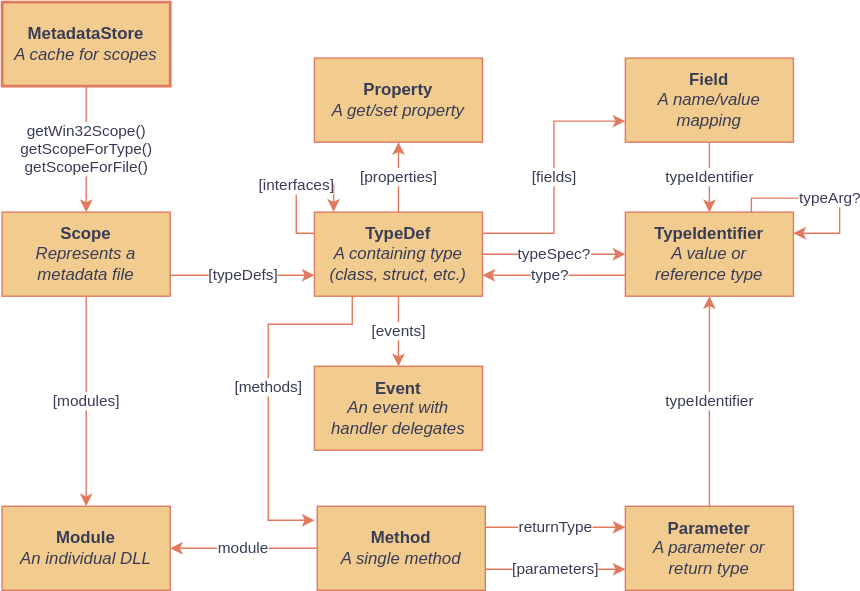
Earlier version of the draw.io export metadata.drawio.svg (halildurmus/win32). Source tidied: cells renumbered, new cells last; positions are measured from the earlier drawing's top-left corner, leaving out a move shared by most shapes.
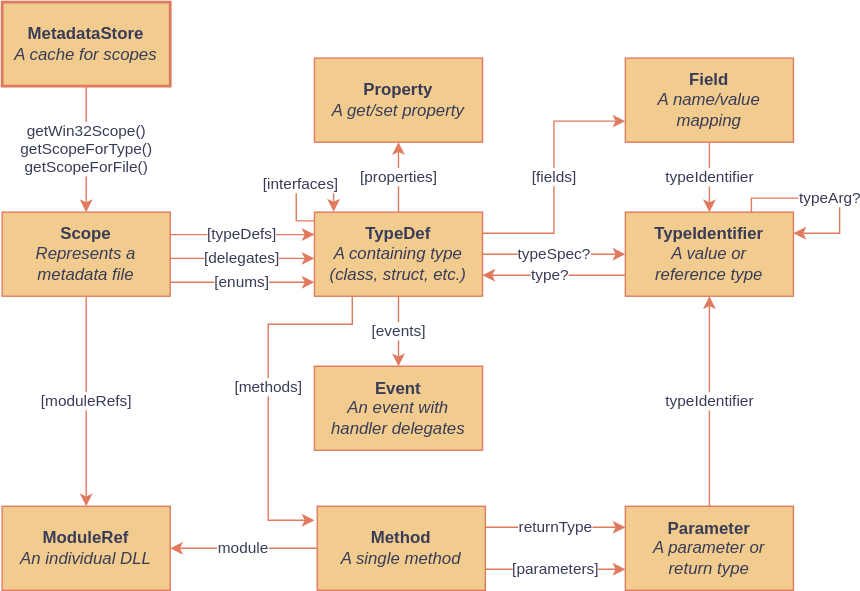
Later version of the same file.

Diff of the diagram source:
```diff
@@ -11,15 +11,17 @@
     <mxCell id="4" value="&lt;b&gt;MetadataStore&lt;/b&gt;&lt;br&gt;&lt;i&gt;A cache for scopes&lt;/i&gt;" style="whiteSpace=wrap;html=1;fillColor=#F2CC8F;strokeColor=#E07A5F;fontColor=#393C56;strokeWidth=2;" parent="1" vertex="1">
       <mxGeometry width="120" height="60" as="geometry" />
     </mxCell>
-    <mxCell id="5" value="[typeDefs]" style="edgeStyle=orthogonalEdgeStyle;rounded=0;jettySize=auto;html=1;strokeColor=#E07A5F;fontColor=#393C56;labelBackgroundColor=#ffffff;exitX=1;exitY=0.75;exitDx=0;exitDy=0;entryX=0;entryY=0.75;entryDx=0;entryDy=0;" parent="1" edge="1" source="7" target="11">
+    <mxCell id="5" value="[delegates]" style="edgeStyle=orthogonalEdgeStyle;rounded=0;orthogonalLoop=1;jettySize=auto;html=1;strokeColor=#E07A5F;fontColor=#393C56;labelBackgroundColor=#ffffff;exitX=1;exitY=0.75;exitDx=0;exitDy=0;entryX=0;entryY=0.75;entryDx=0;entryDy=0;" parent="1" edge="1">
       <mxGeometry relative="1" as="geometry">
+        <mxPoint x="120" y="183" as="sourcePoint" />
+        <mxPoint x="223" y="183" as="targetPoint" />
         <Array as="points">
-          <mxPoint x="180" y="195" />
-          <mxPoint x="180" y="195" />
+          <mxPoint x="180" y="183" />
+          <mxPoint x="180" y="183" />
         </Array>
       </mxGeometry>
     </mxCell>
-    <mxCell id="6" value="[modules]" style="edgeStyle=orthogonalEdgeStyle;rounded=0;jettySize=auto;html=1;exitX=0.5;exitY=1;exitDx=0;exitDy=0;entryX=0.5;entryY=0;entryDx=0;entryDy=0;strokeColor=#E07A5F;fontColor=#393C56;labelBackgroundColor=#ffffff;" parent="1" edge="1" source="7" target="22">
+    <mxCell id="6" value="[moduleRefs]" style="edgeStyle=orthogonalEdgeStyle;rounded=0;jettySize=auto;html=1;exitX=0.5;exitY=1;exitDx=0;exitDy=0;entryX=0.5;entryY=0;entryDx=0;entryDy=0;strokeColor=#E07A5F;fontColor=#393C56;labelBackgroundColor=#ffffff;" parent="1" edge="1" source="7" target="22">
       <mxGeometry relative="1" as="geometry" />
     </mxCell>
     <mxCell id="7" value="&lt;b&gt;Scope&lt;/b&gt;&lt;br&gt;&lt;i&gt;Represents a metadata file&lt;/i&gt;" style="whiteSpace=wrap;html=1;fillColor=#F2CC8F;strokeColor=#E07A5F;fontColor=#393C56;" parent="1" vertex="1">
@@ -36,10 +38,10 @@
         </Array>
       </mxGeometry>
     </mxCell>
-    <mxCell id="9" value="[interfaces]" style="edgeStyle=orthogonalEdgeStyle;rounded=0;orthogonalLoop=1;jettySize=auto;html=1;exitX=0;exitY=0.25;exitDx=0;exitDy=0;entryX=0.114;entryY=-0.006;entryDx=0;entryDy=0;entryPerimeter=0;strokeColor=#E07A5F;labelBackgroundColor=#ffffff;fontColor=#393C56;" parent="1" edge="1" source="11" target="11">
+    <mxCell id="9" value="[interfaces]" style="edgeStyle=orthogonalEdgeStyle;rounded=0;orthogonalLoop=1;jettySize=auto;html=1;exitX=-0.001;exitY=0.103;exitDx=0;exitDy=0;entryX=0.114;entryY=-0.006;entryDx=0;entryDy=0;entryPerimeter=0;strokeColor=#E07A5F;labelBackgroundColor=#ffffff;fontColor=#393C56;exitPerimeter=0;" parent="1" edge="1" source="11" target="11">
       <mxGeometry relative="1" as="geometry">
         <Array as="points">
-          <mxPoint x="210" y="165" />
+          <mxPoint x="210" y="156" />
           <mxPoint x="210" y="130" />
           <mxPoint x="237" y="130" />
         </Array>
@@ -87,7 +89,7 @@
     <mxCell id="21" value="&lt;b&gt;Field&lt;/b&gt;&lt;br&gt;&lt;i&gt;A name/value mapping&lt;/i&gt;" style="whiteSpace=wrap;html=1;fillColor=#F2CC8F;strokeColor=#E07A5F;fontColor=#393C56;" parent="1" vertex="1">
       <mxGeometry x="445" y="40" width="120" height="60" as="geometry" />
     </mxCell>
-    <mxCell id="22" value="&lt;b&gt;Module&lt;br&gt;&lt;/b&gt;&lt;i&gt;An individual DLL&lt;/i&gt;" style="whiteSpace=wrap;html=1;fillColor=#F2CC8F;strokeColor=#E07A5F;fontColor=#393C56;" parent="1" vertex="1">
+    <mxCell id="22" value="&lt;b&gt;ModuleRef&lt;br&gt;&lt;/b&gt;&lt;i&gt;An individual DLL&lt;/i&gt;" style="whiteSpace=wrap;html=1;fillColor=#F2CC8F;strokeColor=#E07A5F;fontColor=#393C56;" parent="1" vertex="1">
       <mxGeometry y="360" width="120" height="60" as="geometry" />
     </mxCell>
     <mxCell id="23" value="[fields]" style="edgeStyle=orthogonalEdgeStyle;rounded=0;jettySize=auto;html=1;exitX=1;exitY=0.25;exitDx=0;exitDy=0;strokeColor=#E07A5F;fontColor=#393C56;labelBackgroundColor=#ffffff;entryX=0;entryY=0.75;entryDx=0;entryDy=0;" parent="1" edge="1" source="11" target="21">
@@ -107,5 +109,25 @@
     <mxCell id="27" value="&lt;b&gt;Event&lt;/b&gt;&lt;br&gt;&lt;i&gt;An event with &lt;br&gt;handler delegates&lt;/i&gt;" style="whiteSpace=wrap;html=1;fillColor=#F2CC8F;strokeColor=#E07A5F;fontColor=#393C56;" parent="1" vertex="1">
       <mxGeometry x="223" y="260" width="120" height="60" as="geometry" />
     </mxCell>
+    <mxCell id="28" value="[typeDefs]" style="edgeStyle=orthogonalEdgeStyle;rounded=0;orthogonalLoop=1;jettySize=auto;html=1;strokeColor=#E07A5F;fontColor=#393C56;labelBackgroundColor=#ffffff;exitX=1;exitY=0.5;exitDx=0;exitDy=0;entryX=0;entryY=0.5;entryDx=0;entryDy=0;" parent="1" edge="1">
+      <mxGeometry relative="1" as="geometry">
+        <mxPoint x="120" y="166" as="sourcePoint" />
+        <mxPoint x="223" y="166" as="targetPoint" />
+        <Array as="points">
+          <mxPoint x="170" y="166" />
+          <mxPoint x="170" y="166" />
+        </Array>
+      </mxGeometry>
+    </mxCell>
+    <mxCell id="29" value="[enums]" style="edgeStyle=orthogonalEdgeStyle;rounded=0;orthogonalLoop=1;jettySize=auto;html=1;strokeColor=#E07A5F;fontColor=#393C56;labelBackgroundColor=#ffffff;exitX=1;exitY=0.75;exitDx=0;exitDy=0;entryX=0;entryY=0.75;entryDx=0;entryDy=0;" parent="1" edge="1">
+      <mxGeometry relative="1" as="geometry">
+        <mxPoint x="120" y="200" as="sourcePoint" />
+        <mxPoint x="223" y="200" as="targetPoint" />
+        <Array as="points">
+          <mxPoint x="180" y="200" />
+          <mxPoint x="180" y="200" />
+        </Array>
+      </mxGeometry>
+    </mxCell>
   </root>
 </mxGraphModel>
```
